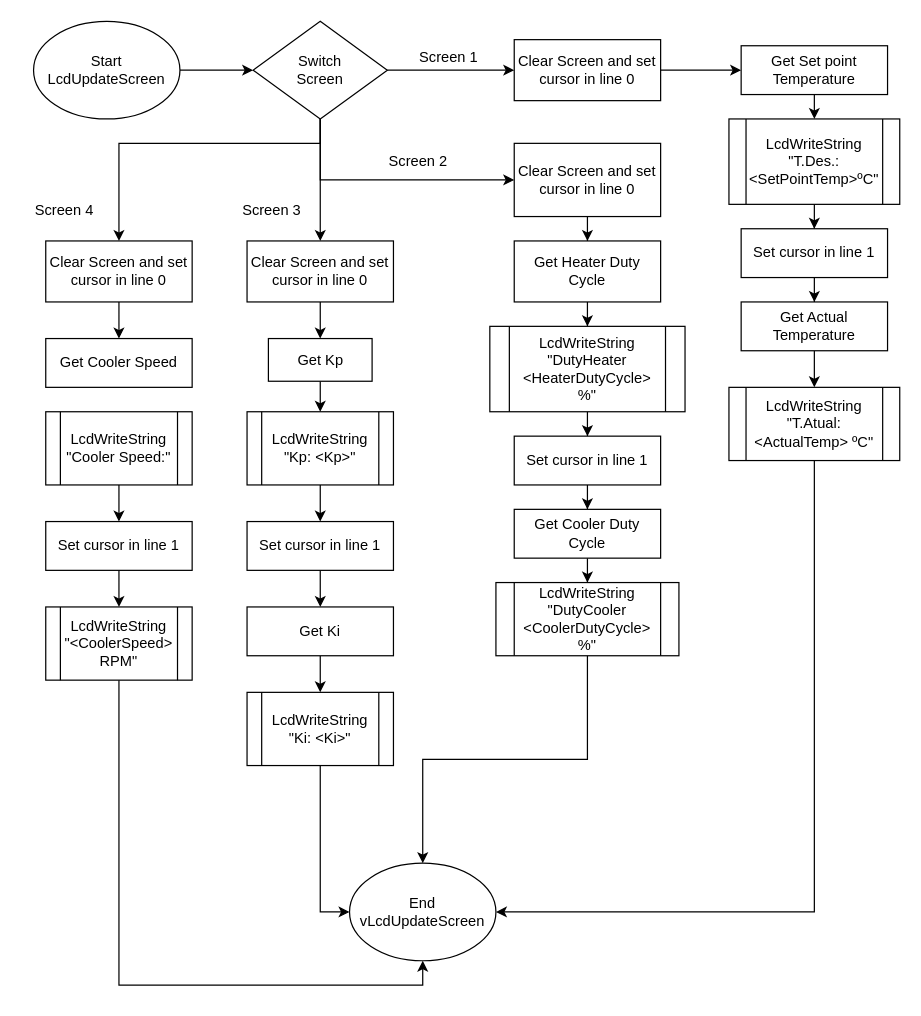
The draw.io diagram FluxoLCD.drawio in gabrielhaj/ES670-2023-A7, before the edit. Source tidied: cells renumbered, new cells numbered last; positions are measured from the earlier drawing's top-left corner, leaving out a move shared by most shapes. Both pictures are drawn from the tidied source at 122%, with x=0, y=0 at pixel (21, 21).
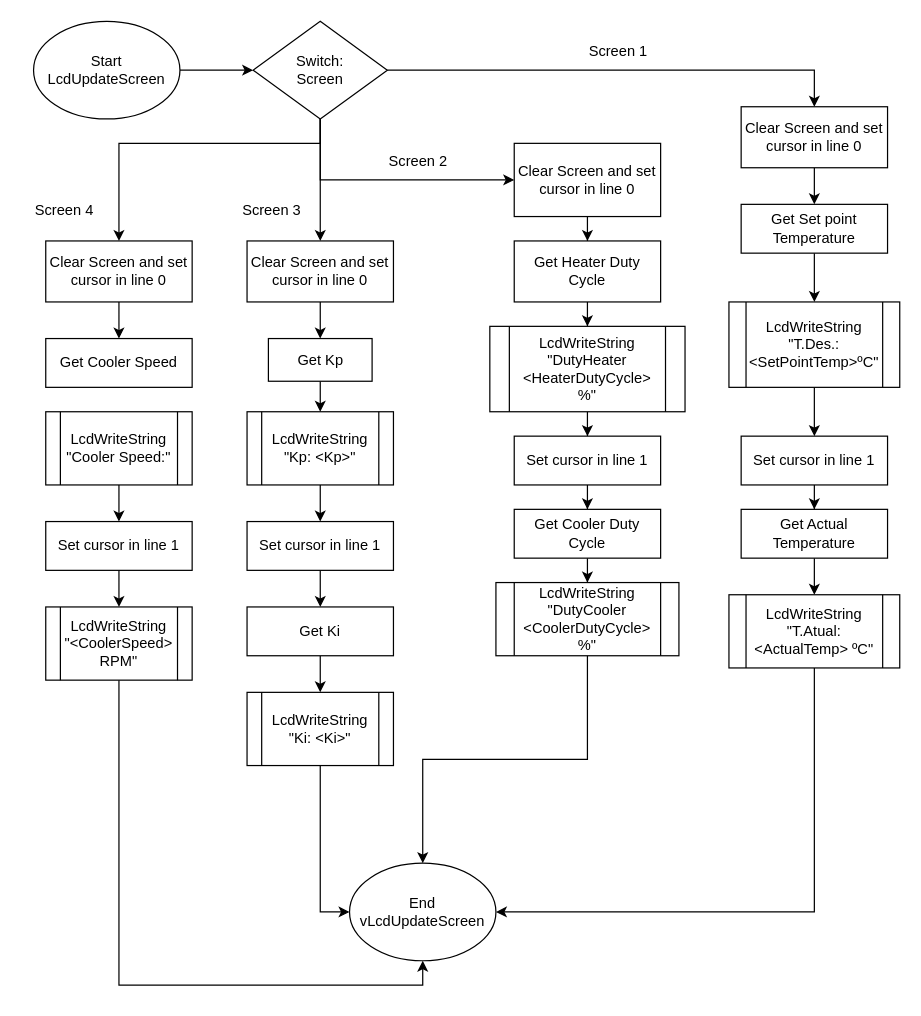
Above is the later version.

The edit, as a diff of the source:
```diff
@@
-    <mxCell id="4" style="edgeStyle=orthogonalEdgeStyle;rounded=0;jettySize=auto;html=1;" parent="1" edge="1" source="8" target="10">
-      <mxGeometry relative="1" as="geometry" />
-    </mxCell>
@@
+    <mxCell id="4" style="edgeStyle=orthogonalEdgeStyle;rounded=0;jettySize=auto;html=1;entryX=0.5;entryY=0;entryDx=0;entryDy=0;" parent="1" edge="1" source="8" target="10">
+      <mxGeometry relative="1" as="geometry">
+        <Array as="points">
+          <mxPoint x="650" y="40" />
+        </Array>
+      </mxGeometry>
+    </mxCell>
-    <mxCell id="8" value="Switch&lt;br&gt;Screen" style="rhombus;whiteSpace=wrap;html=1;" parent="1" vertex="1">
+    <mxCell id="8" value="Switch:&lt;br&gt;Screen" style="rhombus;whiteSpace=wrap;html=1;" parent="1" vertex="1">
       <mxGeometry x="190" width="110" height="80" as="geometry" />
     </mxCell>
@@
     <mxCell id="10" value="Clear Screen and set cursor in line 0" style="whiteSpace=wrap;html=1;" parent="1" vertex="1">
-      <mxGeometry x="404" y="15" width="120" height="50" as="geometry" />
+      <mxGeometry x="590" y="70" width="120" height="50" as="geometry" />
     </mxCell>
     <mxCell id="11" value="Screen 1" style="text;html=1;align=center;verticalAlign=middle;strokeColor=none;fillColor=none;" parent="1" vertex="1">
-      <mxGeometry x="315" y="15" width="70" height="30" as="geometry" />
+      <mxGeometry x="454" y="10" width="70" height="30" as="geometry" />
     </mxCell>
@@
-    <mxCell id="14" style="edgeStyle=orthogonalEdgeStyle;rounded=0;jettySize=auto;html=1;" parent="1" edge="1" source="15">
-      <mxGeometry relative="1" as="geometry">
-        <mxPoint x="650" y="80" as="targetPoint" />
-      </mxGeometry>
-    </mxCell>
+    <mxCell id="59" style="edgeStyle=orthogonalEdgeStyle;rounded=0;jettySize=auto;html=1;entryX=0.5;entryY=0;entryDx=0;entryDy=0;" parent="1" edge="1" source="15" target="17">
+      <mxGeometry relative="1" as="geometry" />
+    </mxCell>
     <mxCell id="15" value="Get Set point Temperature" style="whiteSpace=wrap;html=1;" parent="1" vertex="1">
-      <mxGeometry x="590" y="20" width="120" height="40" as="geometry" />
+      <mxGeometry x="590" y="150" width="120" height="40" as="geometry" />
     </mxCell>
@@
     <mxCell id="17" value="LcdWriteString &quot;T.Des.: &amp;lt;SetPointTemp&amp;gt;ºC&quot;" style="shape=process;whiteSpace=wrap;html=1;backgroundOutline=1;" parent="1" vertex="1">
-      <mxGeometry x="580" y="80" width="140" height="70" as="geometry" />
+      <mxGeometry x="580" y="230" width="140" height="70" as="geometry" />
     </mxCell>
@@
     <mxCell id="19" value="Get Actual Temperature" style="whiteSpace=wrap;html=1;" parent="1" vertex="1">
-      <mxGeometry x="590" y="230" width="120" height="40" as="geometry" />
+      <mxGeometry x="590" y="400" width="120" height="40" as="geometry" />
     </mxCell>
@@
     <mxCell id="21" value="LcdWriteString&lt;br&gt;&quot;T.Atual: &amp;lt;ActualTemp&amp;gt; ºC&quot;" style="shape=process;whiteSpace=wrap;html=1;backgroundOutline=1;" parent="1" vertex="1">
-      <mxGeometry x="580" y="300" width="140" height="60" as="geometry" />
+      <mxGeometry x="580" y="470" width="140" height="60" as="geometry" />
     </mxCell>
@@
     <mxCell id="24" value="Set cursor in line 1" style="rounded=0;whiteSpace=wrap;html=1;" parent="1" vertex="1">
-      <mxGeometry x="590" y="170" width="120" height="40" as="geometry" />
+      <mxGeometry x="590" y="340" width="120" height="40" as="geometry" />
     </mxCell>
```
